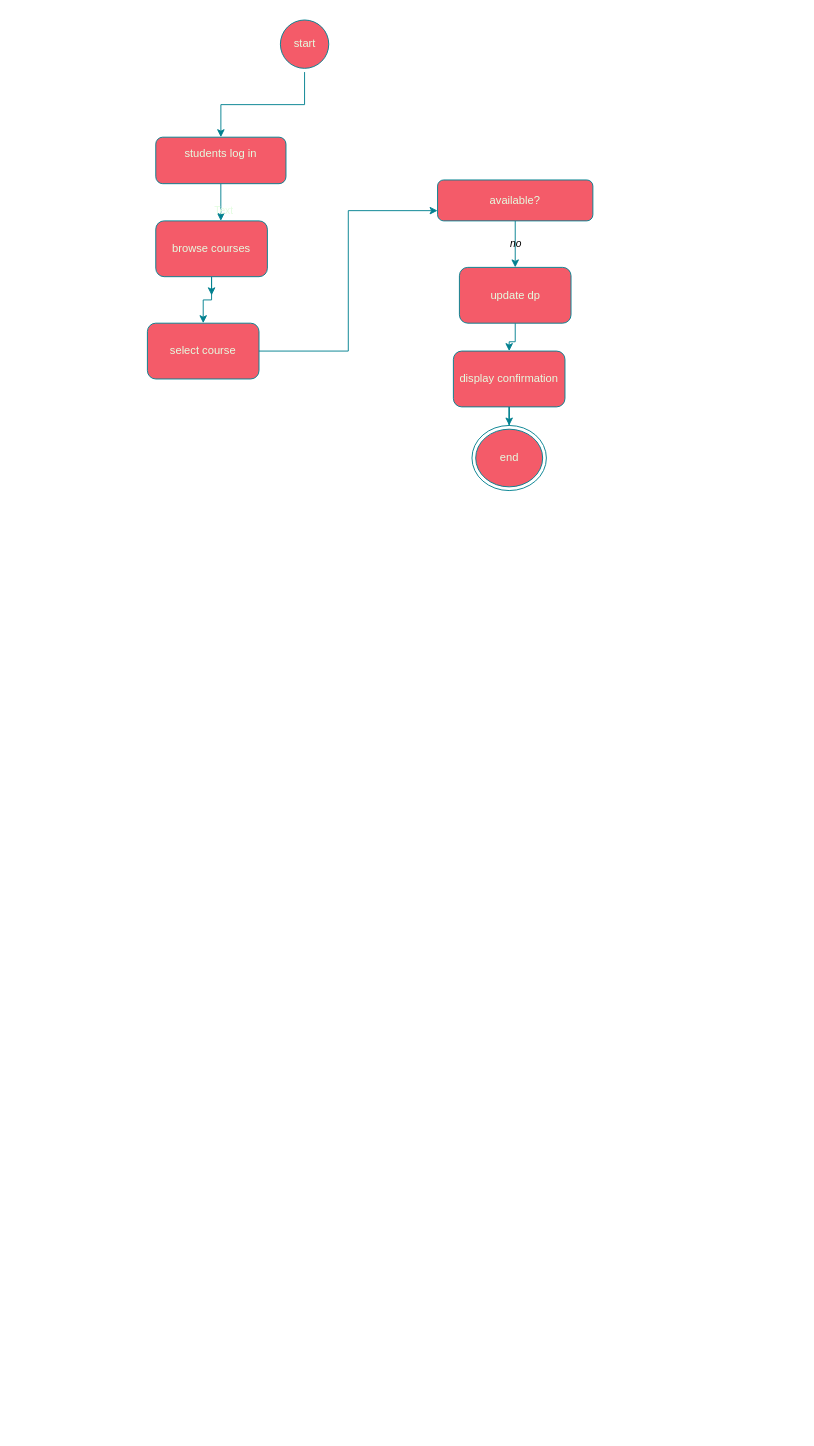
This is Untitled Diagram.drawio from rinadmostafa68-svg/Lab-6, a draw.io file, before an edit. Source tidied: cells renumbered, new cells numbered last; positions are measured from the earlier drawing's top-left corner, leaving out a move shared by most shapes. Both pictures are drawn from the tidied source at 93%, with x=0, y=0 at pixel (147, 16).
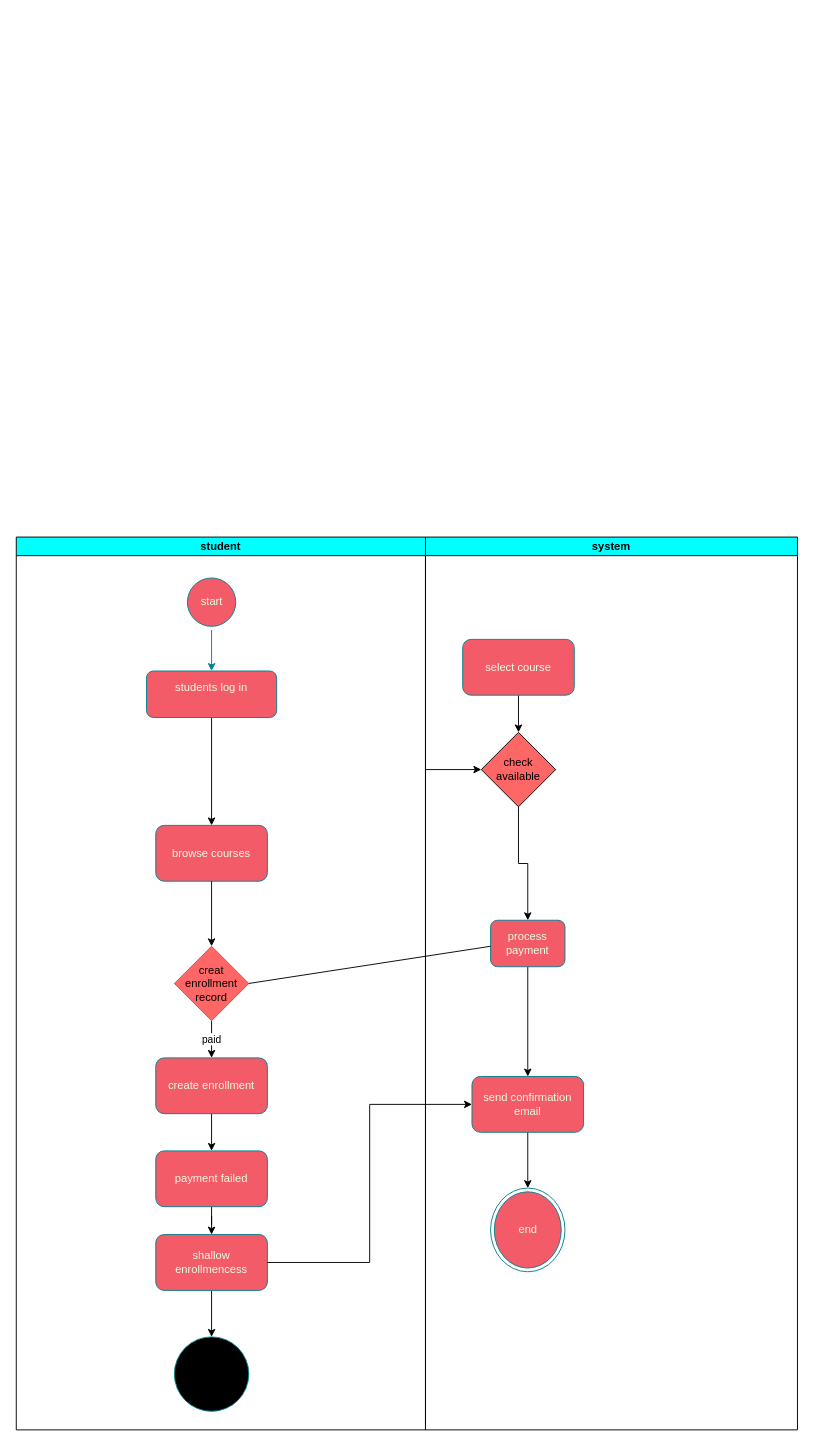
The same page after the edit.

The edit, as a diff of the source:
```diff
@@
+    <mxCell id="19" value="system" style="swimlane;startSize=20;whiteSpace=wrap;html=1;fillColor=#00FFFF;" parent="1" vertex="1">
+      <mxGeometry x="299" y="560" width="400" height="960" as="geometry" />
+    </mxCell>
+    <mxCell id="20" style="edgeStyle=orthogonalEdgeStyle;rounded=0;jettySize=auto;html=1;" parent="19" edge="1" source="12" target="21">
+      <mxGeometry relative="1" as="geometry" />
+    </mxCell>
+    <mxCell id="12" value="select course" style="rounded=1;whiteSpace=wrap;html=1;labelBackgroundColor=none;fillColor=#F45B69;strokeColor=#028090;fontColor=#E4FDE1;" parent="19" vertex="1">
+      <mxGeometry x="40" y="110" width="120" height="60" as="geometry" />
+    </mxCell>
+    <mxCell id="21" value="check available" style="rhombus;whiteSpace=wrap;html=1;fillColor=#FF6666;" parent="19" vertex="1">
+      <mxGeometry x="60" y="210" width="80" height="80" as="geometry" />
+    </mxCell>
+    <mxCell id="22" style="edgeStyle=orthogonalEdgeStyle;rounded=0;jettySize=auto;html=1;" parent="19" edge="1" source="23" target="4">
+      <mxGeometry relative="1" as="geometry" />
+    </mxCell>
+    <mxCell id="23" value="send confirmation email" style="rounded=1;whiteSpace=wrap;html=1;labelBackgroundColor=none;fillColor=#F45B69;strokeColor=#028090;fontColor=#E4FDE1;" parent="19" vertex="1">
+      <mxGeometry x="50" y="580" width="120" height="60" as="geometry" />
+    </mxCell>
+    <mxCell id="4" value="end" style="ellipse;html=1;shape=endState;fillColor=#F45B69;strokeColor=#028090;labelBackgroundColor=none;fontColor=#E4FDE1;" parent="19" vertex="1">
+      <mxGeometry x="70" y="700" width="80" height="90" as="geometry" />
+    </mxCell>
+    <mxCell id="24" value="student" style="swimlane;startSize=20;whiteSpace=wrap;html=1;fillColor=#00FFFF;" parent="1" vertex="1">
+      <mxGeometry x="-141" y="560" width="440" height="960" as="geometry" />
+    </mxCell>
+    <mxCell id="3" value="start" style="ellipse;html=1;shape=startState;fillColor=#F45B69;strokeColor=#028090;fontColor=#E4FDE1;labelBackgroundColor=none;" parent="24" vertex="1">
+      <mxGeometry x="180" y="40" width="60" height="60" as="geometry" />
+    </mxCell>
+    <mxCell id="5" style="edgeStyle=orthogonalEdgeStyle;rounded=0;jettySize=auto;html=1;entryX=0.5;entryY=0;entryDx=0;entryDy=0;" parent="24" edge="1" source="7" target="10">
+      <mxGeometry relative="1" as="geometry" />
+    </mxCell>
+    <mxCell id="7" value="students log in&lt;div&gt;&lt;br&gt;&lt;/div&gt;" style="rounded=1;whiteSpace=wrap;html=1;labelBackgroundColor=none;fillColor=#F45B69;strokeColor=#028090;fontColor=#E4FDE1;" parent="24" vertex="1">
+      <mxGeometry x="140" y="144" width="140" height="50" as="geometry" />
+    </mxCell>
-    <mxCell id="2" style="edgeStyle=orthogonalEdgeStyle;rounded=0;jettySize=auto;html=1;exitX=0.5;exitY=1;exitDx=0;exitDy=0;labelBackgroundColor=none;strokeColor=#028090;fontColor=default;" parent="1" edge="1" source="3" target="7">
+    <mxCell id="2" style="edgeStyle=orthogonalEdgeStyle;rounded=0;jettySize=auto;html=1;exitX=0.5;exitY=1;exitDx=0;exitDy=0;labelBackgroundColor=none;strokeColor=#028090;fontColor=default;" parent="24" edge="1" source="3" target="7">
       <mxGeometry relative="1" as="geometry" />
     </mxCell>
-    <mxCell id="3" value="start" style="ellipse;html=1;shape=startState;fillColor=#F45B69;strokeColor=#028090;fontColor=#E4FDE1;labelBackgroundColor=none;" parent="1" vertex="1">
-      <mxGeometry x="139" width="60" height="60" as="geometry" />
-    </mxCell>
-    <mxCell id="4" value="end" style="ellipse;html=1;shape=endState;fillColor=#F45B69;strokeColor=#028090;labelBackgroundColor=none;fontColor=#E4FDE1;" parent="1" vertex="1">
-      <mxGeometry x="349" y="440" width="80" height="70" as="geometry" />
-    </mxCell>
-    <mxCell id="5" style="edgeStyle=orthogonalEdgeStyle;rounded=0;jettySize=auto;html=1;entryX=0.583;entryY=0;entryDx=0;entryDy=0;entryPerimeter=0;labelBackgroundColor=none;strokeColor=#028090;fontColor=default;" parent="1" edge="1" source="7" target="10">
-      <mxGeometry relative="1" as="geometry" />
-    </mxCell>
-    <mxCell id="6" value="Text" style="edgeLabel;html=1;align=center;verticalAlign=middle;labelBackgroundColor=none;fontColor=#E4FDE1;" parent="5" vertex="1">
-      <mxGeometry x="0.4" y="3" relative="1" as="geometry" />
-    </mxCell>
-    <mxCell id="7" value="students log in&lt;div&gt;&lt;br&gt;&lt;/div&gt;" style="rounded=1;whiteSpace=wrap;html=1;labelBackgroundColor=none;fillColor=#F45B69;strokeColor=#028090;fontColor=#E4FDE1;" parent="1" vertex="1">
-      <mxGeometry x="9" y="130" width="140" height="50" as="geometry" />
-    </mxCell>
-    <mxCell id="8" style="edgeStyle=orthogonalEdgeStyle;rounded=0;jettySize=auto;html=1;labelBackgroundColor=none;strokeColor=#028090;fontColor=default;" parent="1" edge="1" source="10">
-      <mxGeometry relative="1" as="geometry">
-        <mxPoint x="69" y="300" as="targetPoint" />
-      </mxGeometry>
-    </mxCell>
-    <mxCell id="9" style="edgeStyle=orthogonalEdgeStyle;rounded=0;jettySize=auto;html=1;labelBackgroundColor=none;strokeColor=#028090;fontColor=default;" parent="1" edge="1" source="10" target="12">
-      <mxGeometry relative="1" as="geometry" />
-    </mxCell>
-    <mxCell id="10" value="browse courses" style="rounded=1;whiteSpace=wrap;html=1;labelBackgroundColor=none;fillColor=#F45B69;strokeColor=#028090;fontColor=#E4FDE1;" parent="1" vertex="1">
-      <mxGeometry x="9" y="220" width="120" height="60" as="geometry" />
+    <mxCell id="10" value="browse courses" style="rounded=1;whiteSpace=wrap;html=1;labelBackgroundColor=none;fillColor=#F45B69;strokeColor=#028090;fontColor=#E4FDE1;" parent="24" vertex="1">
+      <mxGeometry x="150" y="310" width="120" height="60" as="geometry" />
     </mxCell>
-    <mxCell id="11" style="edgeStyle=orthogonalEdgeStyle;rounded=0;jettySize=auto;html=1;entryX=0;entryY=0.75;entryDx=0;entryDy=0;labelBackgroundColor=none;strokeColor=#028090;fontColor=default;" parent="1" edge="1" source="12" target="14">
-      <mxGeometry relative="1" as="geometry" />
-    </mxCell>
-    <mxCell id="12" value="select course" style="rounded=1;whiteSpace=wrap;html=1;labelBackgroundColor=none;fillColor=#F45B69;strokeColor=#028090;fontColor=#E4FDE1;" parent="1" vertex="1">
-      <mxGeometry y="330" width="120" height="60" as="geometry" />
-    </mxCell>
-    <mxCell id="13" value="no" style="edgeStyle=orthogonalEdgeStyle;rounded=0;jettySize=auto;html=1;fontStyle=2;labelBackgroundColor=none;strokeColor=#028090;fontColor=default;" parent="1" edge="1" source="14" target="16">
-      <mxGeometry relative="1" as="geometry" />
-    </mxCell>
-    <mxCell id="14" value="available?" style="rounded=1;whiteSpace=wrap;html=1;labelBackgroundColor=none;fillColor=#F45B69;strokeColor=#028090;fontColor=#E4FDE1;" parent="1" vertex="1">
-      <mxGeometry x="312" y="176" width="167" height="44" as="geometry" />
-    </mxCell>
-    <mxCell id="15" style="edgeStyle=orthogonalEdgeStyle;rounded=0;jettySize=auto;html=1;labelBackgroundColor=none;strokeColor=#028090;fontColor=default;" parent="1" edge="1" source="16" target="18">
-      <mxGeometry relative="1" as="geometry" />
-    </mxCell>
-    <mxCell id="16" value="update dp" style="rounded=1;whiteSpace=wrap;html=1;labelBackgroundColor=none;fillColor=#F45B69;strokeColor=#028090;fontColor=#E4FDE1;" parent="1" vertex="1">
-      <mxGeometry x="335.5" y="270" width="120" height="60" as="geometry" />
-    </mxCell>
-    <mxCell id="17" style="edgeStyle=orthogonalEdgeStyle;rounded=0;jettySize=auto;html=1;labelBackgroundColor=none;strokeColor=#028090;fontColor=default;" parent="1" edge="1" source="18" target="4">
-      <mxGeometry relative="1" as="geometry" />
-    </mxCell>
-    <mxCell id="18" value="display confirmation" style="rounded=1;whiteSpace=wrap;html=1;labelBackgroundColor=none;fillColor=#F45B69;strokeColor=#028090;fontColor=#E4FDE1;" parent="1" vertex="1">
-      <mxGeometry x="329" y="360" width="120" height="60" as="geometry" />
-    </mxCell>
+    <mxCell id="25" value="paid" style="edgeStyle=orthogonalEdgeStyle;rounded=0;jettySize=auto;html=1;" parent="24" edge="1" source="26" target="29">
+      <mxGeometry relative="1" as="geometry" />
+    </mxCell>
+    <mxCell id="26" value="creat enrollment&lt;div&gt;record&lt;/div&gt;" style="rhombus;whiteSpace=wrap;html=1;fillColor=#FF6666;strokeColor=#b85450;" parent="24" vertex="1">
+      <mxGeometry x="170" y="440" width="80" height="80" as="geometry" />
+    </mxCell>
+    <mxCell id="27" style="edgeStyle=orthogonalEdgeStyle;rounded=0;jettySize=auto;html=1;" parent="24" edge="1" source="10" target="26">
+      <mxGeometry relative="1" as="geometry" />
+    </mxCell>
+    <mxCell id="28" style="edgeStyle=orthogonalEdgeStyle;rounded=0;jettySize=auto;html=1;" parent="24" edge="1" source="29" target="31">
+      <mxGeometry relative="1" as="geometry" />
+    </mxCell>
+    <mxCell id="29" value="create enrollment" style="rounded=1;whiteSpace=wrap;html=1;labelBackgroundColor=none;fillColor=#F45B69;strokeColor=#028090;fontColor=#E4FDE1;" parent="24" vertex="1">
+      <mxGeometry x="150" y="560" width="120" height="60" as="geometry" />
+    </mxCell>
+    <mxCell id="30" style="edgeStyle=orthogonalEdgeStyle;rounded=0;jettySize=auto;html=1;" parent="24" edge="1" source="31" target="33">
+      <mxGeometry relative="1" as="geometry" />
+    </mxCell>
+    <mxCell id="31" value="payment failed" style="rounded=1;whiteSpace=wrap;html=1;labelBackgroundColor=none;fillColor=#F45B69;strokeColor=#028090;fontColor=#E4FDE1;" parent="24" vertex="1">
+      <mxGeometry x="150" y="660" width="120" height="60" as="geometry" />
+    </mxCell>
+    <mxCell id="32" style="edgeStyle=orthogonalEdgeStyle;rounded=0;jettySize=auto;html=1;" parent="24" edge="1" source="33" target="34">
+      <mxGeometry relative="1" as="geometry" />
+    </mxCell>
+    <mxCell id="33" value="shallow enrollmencess" style="rounded=1;whiteSpace=wrap;html=1;labelBackgroundColor=none;fillColor=#F45B69;strokeColor=#028090;fontColor=#E4FDE1;" parent="24" vertex="1">
+      <mxGeometry x="150" y="750" width="120" height="60" as="geometry" />
+    </mxCell>
+    <mxCell id="34" style="ellipse;whiteSpace=wrap;html=1;fillColor=#000000;strokeColor=#028090;fontColor=#E4FDE1;rounded=1;labelBackgroundColor=none;" parent="24" vertex="1">
+      <mxGeometry x="170" y="860" width="80" height="80" as="geometry" />
+    </mxCell>
+    <mxCell id="35" style="edgeStyle=orthogonalEdgeStyle;rounded=0;orthogonalLoop=1;jettySize=auto;html=1;exitX=0.5;exitY=1;exitDx=0;exitDy=0;" parent="24" edge="1" source="34" target="34">
+      <mxGeometry relative="1" as="geometry" />
+    </mxCell>
+    <mxCell id="36" style="edgeStyle=orthogonalEdgeStyle;rounded=0;jettySize=auto;html=1;" parent="1" edge="1" source="37" target="23">
+      <mxGeometry relative="1" as="geometry">
+        <Array as="points">
+          <mxPoint x="409" y="1130" />
+          <mxPoint x="409" y="1130" />
+        </Array>
+      </mxGeometry>
+    </mxCell>
+    <mxCell id="37" value="process payment" style="rounded=1;whiteSpace=wrap;html=1;labelBackgroundColor=none;fillColor=#F45B69;strokeColor=#028090;fontColor=#E4FDE1;" parent="1" vertex="1">
+      <mxGeometry x="369" y="972" width="80" height="50" as="geometry" />
+    </mxCell>
+    <mxCell id="38" style="edgeStyle=orthogonalEdgeStyle;rounded=0;jettySize=auto;html=1;entryX=0.5;entryY=0;entryDx=0;entryDy=0;" parent="1" edge="1" source="21" target="37">
+      <mxGeometry relative="1" as="geometry" />
+    </mxCell>
+    <mxCell id="39" style="edgeStyle=orthogonalEdgeStyle;rounded=0;jettySize=auto;html=1;entryX=0;entryY=0.5;entryDx=0;entryDy=0;" parent="1" edge="1" source="33" target="23">
+      <mxGeometry relative="1" as="geometry" />
+    </mxCell>
+    <mxCell id="40" style="endArrow=none;html=1;rounded=0;exitX=1;exitY=0.5;exitDx=0;exitDy=0;" parent="1" edge="1" source="26">
+      <mxGeometry relative="1" as="geometry">
+        <mxPoint x="369" y="1000" as="targetPoint" />
+      </mxGeometry>
+    </mxCell>
+    <mxCell id="41" style="endArrow=classic;html=1;rounded=0;entryX=0;entryY=0.5;entryDx=0;entryDy=0;" parent="1" edge="1" target="21">
+      <mxGeometry relative="1" as="geometry">
+        <mxPoint x="299" y="810" as="sourcePoint" />
+      </mxGeometry>
+    </mxCell>
```
